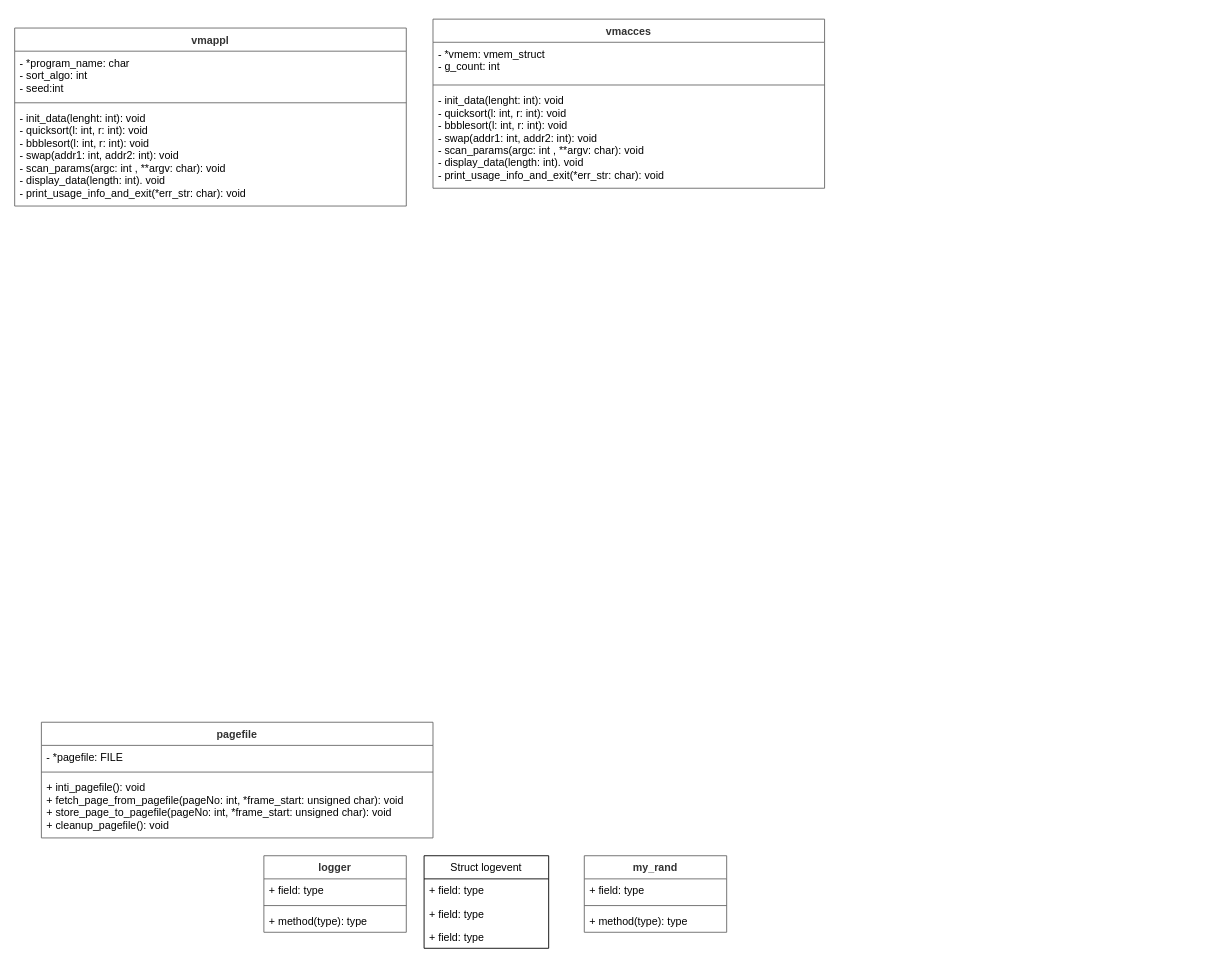
Before: drawio/KlassenDiagramm.drawio in Leander-HAW/BS_Praktikum3, a draw.io diagram. Source tidied: cells renumbered, new cells numbered last; positions are measured from the earlier drawing's top-left corner, leaving out a move shared by most shapes. Both pictures are drawn from the tidied source at 89%, with x=0, y=0 at pixel (14, 19).
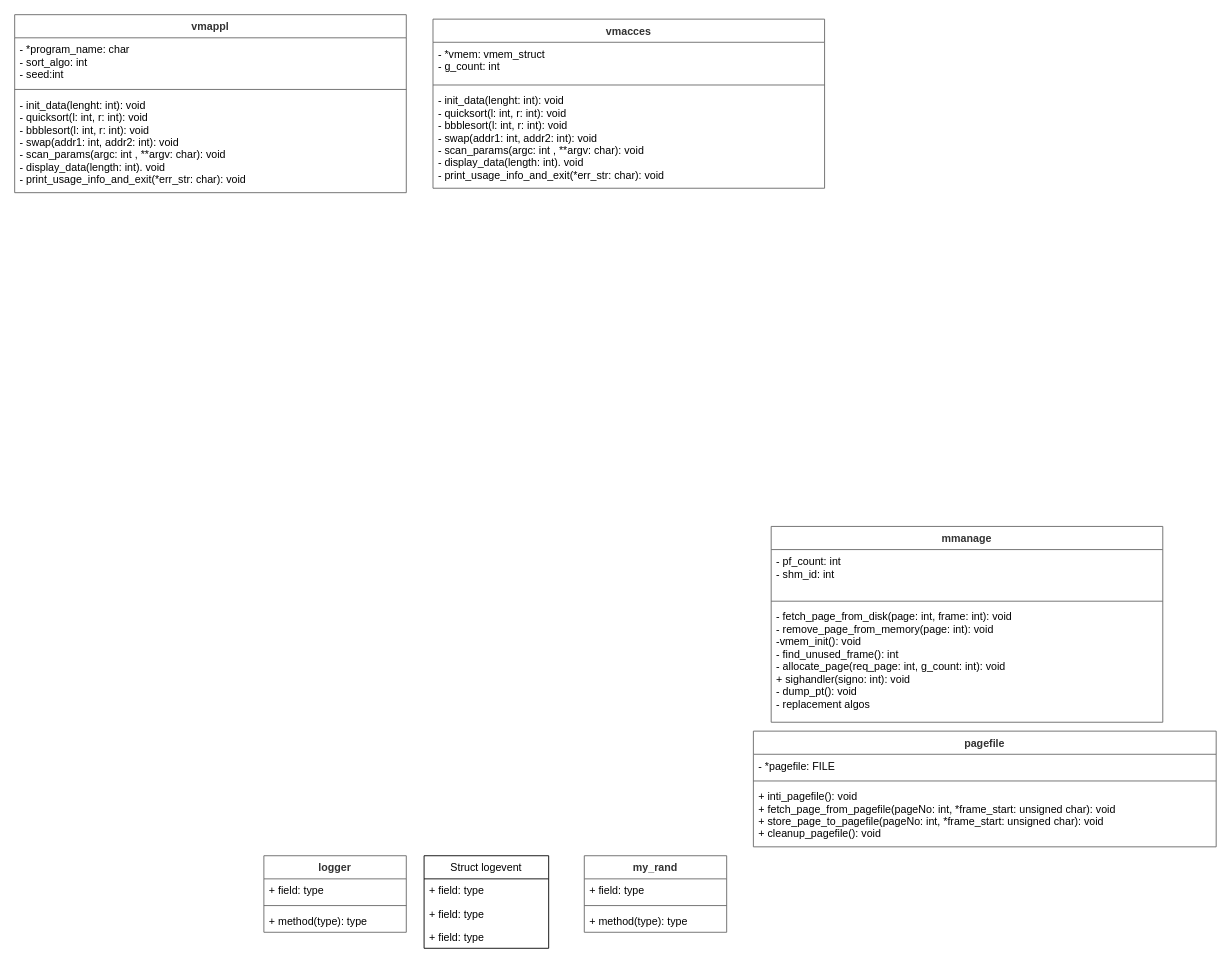
The same diagram, later.

What changed in the source:
```diff
@@
     <mxCell id="14" value="pagefile" style="swimlane;fontStyle=1;align=center;verticalAlign=top;horizontal=1;startSize=26;labelBackgroundColor=none;labelBorderColor=none;strokeColor=#666666;fillColor=none;fontColor=#333333;" parent="1" vertex="1">
-      <mxGeometry x="30" y="790" width="440" height="130" as="geometry" />
+      <mxGeometry x="830" y="800" width="520" height="130" as="geometry" />
     </mxCell>
     <mxCell id="15" value="- *pagefile: FILE" style="text;strokeColor=none;fillColor=none;align=left;verticalAlign=top;spacingLeft=4;spacingRight=4;overflow=hidden;labelBackgroundColor=none;labelBorderColor=none;fontColor=#000000;" parent="14" vertex="1">
-      <mxGeometry y="26" width="440" height="26" as="geometry" />
+      <mxGeometry y="26" width="520" height="26" as="geometry" />
     </mxCell>
     <mxCell id="16" style="line;strokeWidth=1;fillColor=none;align=left;verticalAlign=middle;spacingTop=-1;spacingLeft=3;spacingRight=3;labelPosition=right;strokeColor=inherit;labelBackgroundColor=#FFFFFF;labelBorderColor=none;fontColor=#000000;" parent="14" vertex="1">
-      <mxGeometry y="52" width="440" height="8" as="geometry" />
+      <mxGeometry y="52" width="520" height="8" as="geometry" />
     </mxCell>
     <mxCell id="17" value="+ inti_pagefile(): void&#10;+ fetch_page_from_pagefile(pageNo: int, *frame_start: unsigned char): void&#10;+ store_page_to_pagefile(pageNo: int, *frame_start: unsigned char): void&#10;+ cleanup_pagefile(): void" style="text;strokeColor=none;fillColor=none;align=left;verticalAlign=top;spacingLeft=4;spacingRight=4;overflow=hidden;labelBackgroundColor=none;labelBorderColor=none;fontColor=#000000;" parent="14" vertex="1">
-      <mxGeometry y="60" width="440" height="70" as="geometry" />
+      <mxGeometry y="60" width="520" height="70" as="geometry" />
     </mxCell>
     <mxCell id="18" value="vmappl" style="swimlane;fontStyle=1;align=center;verticalAlign=top;horizontal=1;startSize=26;labelBackgroundColor=none;labelBorderColor=none;strokeColor=#666666;fillColor=none;fontColor=#333333;" parent="1" vertex="1">
-      <mxGeometry y="10" width="440" height="200" as="geometry" />
+      <mxGeometry y="-5" width="440" height="200" as="geometry" />
     </mxCell>
@@
+    <mxCell id="26" value="mmanage" style="swimlane;fontStyle=1;align=center;verticalAlign=top;horizontal=1;startSize=26;labelBackgroundColor=none;labelBorderColor=none;strokeColor=#666666;fillColor=none;fontColor=#333333;" parent="1" vertex="1">
+      <mxGeometry x="850" y="570" width="440" height="220" as="geometry" />
+    </mxCell>
+    <mxCell id="27" value="- pf_count: int&#10;- shm_id: int" style="text;strokeColor=none;fillColor=none;align=left;verticalAlign=top;spacingLeft=4;spacingRight=4;overflow=hidden;labelBackgroundColor=none;labelBorderColor=none;fontColor=#000000;" parent="26" vertex="1">
+      <mxGeometry y="26" width="440" height="54" as="geometry" />
+    </mxCell>
+    <mxCell id="28" style="line;strokeWidth=1;fillColor=none;align=left;verticalAlign=middle;spacingTop=-1;spacingLeft=3;spacingRight=3;labelPosition=right;strokeColor=inherit;labelBackgroundColor=#FFFFFF;labelBorderColor=none;fontColor=#000000;" parent="26" vertex="1">
+      <mxGeometry y="80" width="440" height="8" as="geometry" />
+    </mxCell>
+    <mxCell id="29" value="- fetch_page_from_disk(page: int, frame: int): void&#10;- remove_page_from_memory(page: int): void&#10;-vmem_init(): void&#10;- find_unused_frame(): int&#10;- allocate_page(req_page: int, g_count: int): void&#10;+ sighandler(signo: int): void&#10;- dump_pt(): void&#10;- replacement algos" style="text;strokeColor=none;fillColor=none;align=left;verticalAlign=top;spacingLeft=4;spacingRight=4;overflow=hidden;labelBackgroundColor=none;labelBorderColor=none;fontColor=#000000;" parent="26" vertex="1">
+      <mxGeometry y="88" width="440" height="132" as="geometry" />
+    </mxCell>
```
